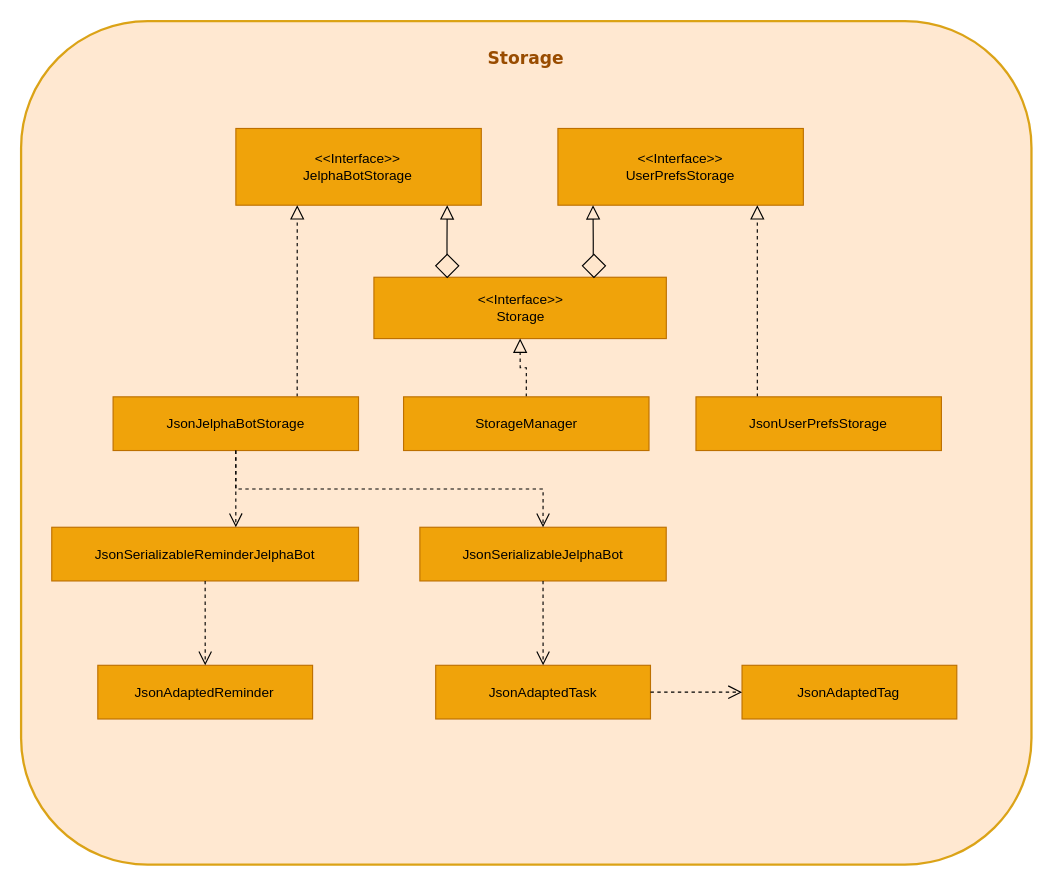
This is docs/diagrams/Storage.drawio from yapdianhao/main, a draw.io file, before an edit. Source tidied: cells renumbered, new cells numbered last; positions are measured from the earlier drawing's top-left corner, leaving out a move shared by most shapes. Both pictures are drawn from the tidied source at 114%, with x=0, y=0 at pixel (21, 21).
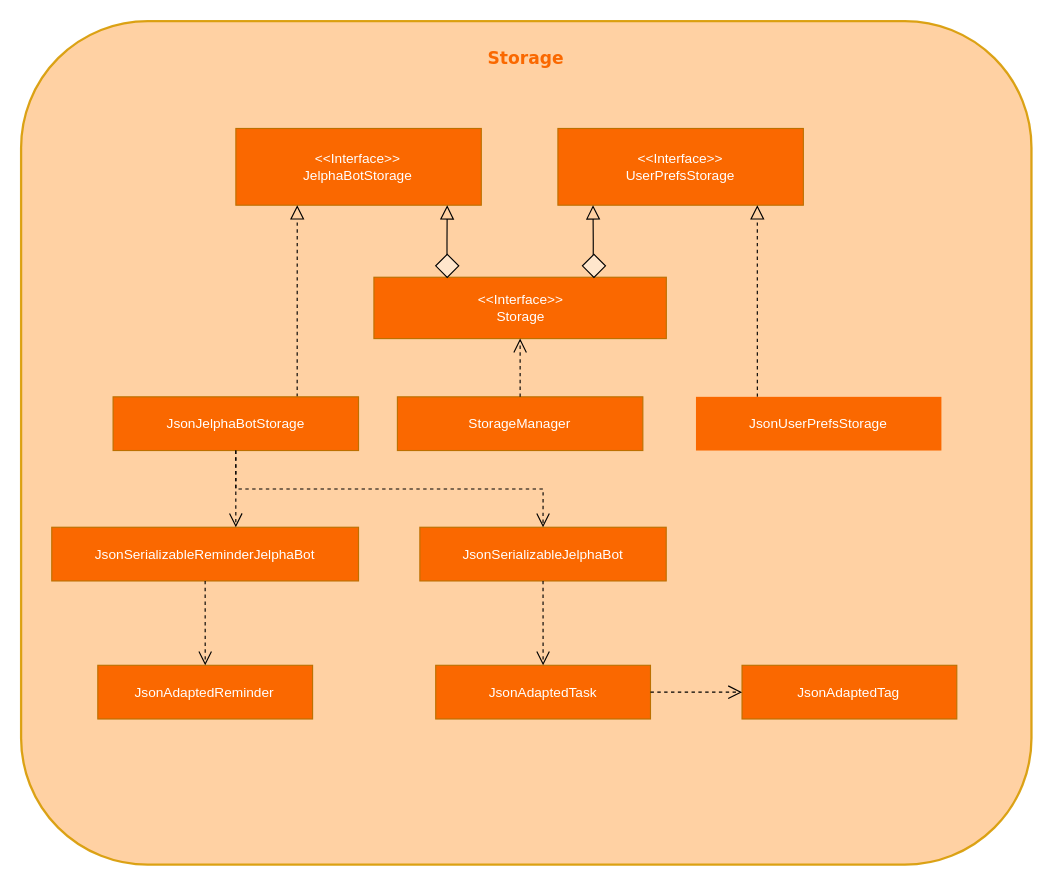
The same diagram, later.

What changed in the source:
```diff
@@
-    <mxCell id="2" style="group;" parent="1" vertex="1">
+    <mxCell id="2" style="group;fontColor=#FFFFFF;" parent="1" vertex="1">
       <mxGeometry width="886.3" height="740" as="geometry" />
     </mxCell>
-    <mxCell id="3" style="rounded=1;whiteSpace=wrap;html=1;strokeColor=#d79b00;strokeWidth=2;fillColor=#ffe6cc;opacity=90;" parent="2" vertex="1">
+    <mxCell id="3" style="rounded=1;whiteSpace=wrap;html=1;strokeColor=#d79b00;strokeWidth=2;fillColor=#FFcc99;opacity=90;fontColor=#FFFFFF;" parent="2" vertex="1">
       <mxGeometry width="886.3" height="740" as="geometry" />
     </mxCell>
-    <mxCell id="4" value="&lt;font style=&quot;font-size: 15px&quot; face=&quot;Verdana&quot; color=&quot;#994c00&quot;&gt;&lt;b&gt;Storage&lt;/b&gt;&lt;/font&gt;" style="text;html=1;strokeColor=none;fillColor=none;align=center;verticalAlign=middle;whiteSpace=wrap;rounded=0;opacity=90;" parent="2" vertex="1">
+    <mxCell id="4" value="&lt;font style=&quot;font-size: 15px&quot; face=&quot;Verdana&quot;&gt;&lt;b&gt;Storage&lt;/b&gt;&lt;/font&gt;" style="text;html=1;strokeColor=none;fillColor=none;align=center;verticalAlign=middle;whiteSpace=wrap;rounded=0;opacity=90;fontColor=#Fa6800;" parent="2" vertex="1">
       <mxGeometry x="425.9" y="22.9" width="34.4" height="17.2" as="geometry" />
     </mxCell>
-    <mxCell id="5" value="&amp;lt;&amp;lt;Interface&amp;gt;&amp;gt;&lt;br&gt;UserPrefsStorage" style="rounded=0;whiteSpace=wrap;html=1;strokeWidth=1;fillColor=#F0A30A;strokeColor=#BD7000;" parent="2" vertex="1">
+    <mxCell id="5" value="&amp;lt;&amp;lt;Interface&amp;gt;&amp;gt;&lt;br&gt;UserPrefsStorage" style="rounded=0;whiteSpace=wrap;html=1;strokeWidth=1;fillColor=#Fa6800;strokeColor=#BD7000;fontColor=#FFFFFF;" parent="2" vertex="1">
       <mxGeometry x="470.9" y="94.2" width="215.3" height="67.3" as="geometry" />
     </mxCell>
-    <mxCell id="6" value="&amp;lt;&amp;lt;Interface&amp;gt;&amp;gt;&lt;br&gt;JelphaBotStorage" style="rounded=0;whiteSpace=wrap;html=1;strokeWidth=1;fillColor=#F0A30A;strokeColor=#BD7000;" parent="2" vertex="1">
+    <mxCell id="6" value="&amp;lt;&amp;lt;Interface&amp;gt;&amp;gt;&lt;br&gt;JelphaBotStorage" style="rounded=0;whiteSpace=wrap;html=1;strokeWidth=1;fillColor=#Fa6800;strokeColor=#BD7000;fontColor=#FFFFFF;" parent="2" vertex="1">
       <mxGeometry x="188.4" y="94.2" width="215.3" height="67.3" as="geometry" />
     </mxCell>
-    <mxCell id="7" style="edgeStyle=orthogonalEdgeStyle;rounded=0;jettySize=auto;html=1;exitX=0.25;exitY=0;exitDx=0;exitDy=0;entryX=0.861;entryY=1.001;entryDx=0;entryDy=0;entryPerimeter=0;endArrow=block;endFill=0;endSize=10;" parent="2" edge="1" source="9" target="6">
+    <mxCell id="7" style="edgeStyle=orthogonalEdgeStyle;rounded=0;jettySize=auto;html=1;exitX=0.25;exitY=0;exitDx=0;exitDy=0;entryX=0.861;entryY=1.001;entryDx=0;entryDy=0;entryPerimeter=0;endArrow=block;endFill=0;endSize=10;fontColor=#FFFFFF;" parent="2" edge="1" source="9" target="6">
       <mxGeometry relative="1" as="geometry" />
     </mxCell>
-    <mxCell id="8" style="edgeStyle=orthogonalEdgeStyle;rounded=0;jettySize=auto;html=1;exitX=0.75;exitY=0;exitDx=0;exitDy=0;entryX=0.143;entryY=1;entryDx=0;entryDy=0;entryPerimeter=0;endArrow=block;endFill=0;endSize=10;" parent="2" edge="1" source="9" target="5">
+    <mxCell id="8" style="edgeStyle=orthogonalEdgeStyle;rounded=0;jettySize=auto;html=1;exitX=0.75;exitY=0;exitDx=0;exitDy=0;entryX=0.143;entryY=1;entryDx=0;entryDy=0;entryPerimeter=0;endArrow=block;endFill=0;endSize=10;fontColor=#FFFFFF;" parent="2" edge="1" source="9" target="5">
       <mxGeometry relative="1" as="geometry" />
     </mxCell>
-    <mxCell id="9" value="&amp;lt;&amp;lt;Interface&amp;gt;&amp;gt;&lt;br&gt;Storage" style="rounded=0;whiteSpace=wrap;html=1;strokeWidth=1;fillColor=#F0A30A;strokeColor=#BD7000;" parent="2" vertex="1">
+    <mxCell id="9" value="&amp;lt;&amp;lt;Interface&amp;gt;&amp;gt;&lt;br&gt;Storage" style="rounded=0;whiteSpace=wrap;html=1;strokeWidth=1;fillColor=#Fa6800;strokeColor=#BD7000;fontColor=#FFFFFF;" parent="2" vertex="1">
       <mxGeometry x="309.5" y="224.7" width="256.5" height="53.8" as="geometry" />
     </mxCell>
-    <mxCell id="10" style="edgeStyle=orthogonalEdgeStyle;rounded=0;jettySize=auto;html=1;exitX=0.75;exitY=0;exitDx=0;exitDy=0;entryX=0.25;entryY=1;entryDx=0;entryDy=0;endArrow=block;endFill=0;endSize=10;dashed=1;" parent="2" edge="1" source="11" target="6">
+    <mxCell id="10" style="edgeStyle=orthogonalEdgeStyle;rounded=0;jettySize=auto;html=1;exitX=0.75;exitY=0;exitDx=0;exitDy=0;entryX=0.25;entryY=1;entryDx=0;entryDy=0;endArrow=block;endFill=0;endSize=10;dashed=1;fontColor=#FFFFFF;" parent="2" edge="1" source="11" target="6">
       <mxGeometry relative="1" as="geometry" />
     </mxCell>
-    <mxCell id="11" value="JsonJelphaBotStorage" style="rounded=0;whiteSpace=wrap;html=1;strokeWidth=1;fillColor=#F0A30A;strokeColor=#BD7000;" parent="2" vertex="1">
+    <mxCell id="11" value="JsonJelphaBotStorage" style="rounded=0;whiteSpace=wrap;html=1;strokeWidth=1;fillColor=#Fa6800;strokeColor=#BD7000;fontColor=#FFFFFF;" parent="2" vertex="1">
       <mxGeometry x="80.7" y="329.6" width="215.3" height="47.1" as="geometry" />
     </mxCell>
-    <mxCell id="12" style="edgeStyle=orthogonalEdgeStyle;rounded=0;jettySize=auto;html=1;exitX=0.5;exitY=0;exitDx=0;exitDy=0;entryX=0.5;entryY=1;entryDx=0;entryDy=0;dashed=1;endArrow=block;endFill=0;endSize=10;" parent="2" edge="1" source="13" target="9">
-      <mxGeometry relative="1" as="geometry" />
-    </mxCell>
-    <mxCell id="13" value="StorageManager" style="rounded=0;whiteSpace=wrap;html=1;strokeWidth=1;fillColor=#F0A30A;strokeColor=#BD7000;" parent="2" vertex="1">
-      <mxGeometry x="335.5" y="329.6" width="215.3" height="47.1" as="geometry" />
+    <mxCell id="13" value="StorageManager" style="rounded=0;whiteSpace=wrap;html=1;strokeWidth=1;fillColor=#Fa6800;strokeColor=#BD7000;fontColor=#FFFFFF;" parent="2" vertex="1">
+      <mxGeometry x="330.1" y="329.6" width="215.3" height="47.1" as="geometry" />
     </mxCell>
-    <mxCell id="14" style="edgeStyle=orthogonalEdgeStyle;rounded=0;jettySize=auto;html=1;exitX=0.25;exitY=0;exitDx=0;exitDy=0;endArrow=block;endFill=0;endSize=10;dashed=1;" parent="2" edge="1" source="15">
+    <mxCell id="14" style="edgeStyle=orthogonalEdgeStyle;rounded=0;jettySize=auto;html=1;exitX=0.25;exitY=0;exitDx=0;exitDy=0;endArrow=block;endFill=0;endSize=10;dashed=1;fontColor=#FFFFFF;" parent="2" edge="1" source="15">
       <mxGeometry relative="1" as="geometry">
         <mxPoint x="645.8" y="161.5" as="targetPoint" />
       </mxGeometry>
     </mxCell>
-    <mxCell id="15" value="JsonUserPrefsStorage" style="rounded=0;whiteSpace=wrap;html=1;strokeWidth=1;fillColor=#F0A30A;strokeColor=#BD7000;" parent="2" vertex="1">
+    <mxCell id="15" value="JsonUserPrefsStorage" style="rounded=0;whiteSpace=wrap;html=1;strokeWidth=1;fillColor=#Fa6800;strokeColor=none;fontColor=#FFFFFF;" parent="2" vertex="1">
       <mxGeometry x="592" y="329.6" width="215.3" height="47.1" as="geometry" />
     </mxCell>
-    <mxCell id="16" value="JsonSerializableReminderJelphaBot" style="rounded=0;whiteSpace=wrap;html=1;strokeWidth=1;fillColor=#F0A30A;strokeColor=#BD7000;" parent="2" vertex="1">
+    <mxCell id="16" value="JsonSerializableReminderJelphaBot" style="rounded=0;whiteSpace=wrap;html=1;strokeWidth=1;fillColor=#Fa6800;strokeColor=#BD7000;fontColor=#FFFFFF;" parent="2" vertex="1">
       <mxGeometry x="26.9" y="444" width="269.1" height="47.1" as="geometry" />
     </mxCell>
-    <mxCell id="17" style="edgeStyle=orthogonalEdgeStyle;rounded=0;jettySize=auto;html=1;exitX=0.5;exitY=1;exitDx=0;exitDy=0;endArrow=open;endFill=0;dashed=1;entryX=0.6;entryY=-0.001;entryDx=0;entryDy=0;entryPerimeter=0;endSize=10;" parent="2" edge="1" source="11" target="16">
+    <mxCell id="17" style="edgeStyle=orthogonalEdgeStyle;rounded=0;jettySize=auto;html=1;exitX=0.5;exitY=1;exitDx=0;exitDy=0;endArrow=open;endFill=0;dashed=1;entryX=0.6;entryY=-0.001;entryDx=0;entryDy=0;entryPerimeter=0;endSize=10;fontColor=#FFFFFF;" parent="2" edge="1" source="11" target="16">
       <mxGeometry relative="1" as="geometry" />
     </mxCell>
-    <mxCell id="18" value="JsonAdaptedReminder" style="rounded=0;whiteSpace=wrap;html=1;strokeWidth=1;fillColor=#F0A30A;strokeColor=#BD7000;" parent="2" vertex="1">
+    <mxCell id="18" value="JsonAdaptedReminder" style="rounded=0;whiteSpace=wrap;html=1;strokeWidth=1;fillColor=#Fa6800;strokeColor=#BD7000;fontColor=#FFFFFF;" parent="2" vertex="1">
       <mxGeometry x="67.3" y="565.1" width="188.4" height="47.1" as="geometry" />
     </mxCell>
-    <mxCell id="19" style="edgeStyle=orthogonalEdgeStyle;rounded=0;jettySize=auto;html=1;exitX=0.5;exitY=1;exitDx=0;exitDy=0;entryX=0.5;entryY=0;entryDx=0;entryDy=0;dashed=1;endArrow=open;endFill=0;endSize=10;" parent="2" edge="1" source="16" target="18">
+    <mxCell id="19" style="edgeStyle=orthogonalEdgeStyle;rounded=0;jettySize=auto;html=1;exitX=0.5;exitY=1;exitDx=0;exitDy=0;entryX=0.5;entryY=0;entryDx=0;entryDy=0;dashed=1;endArrow=open;endFill=0;endSize=10;fontColor=#FFFFFF;" parent="2" edge="1" source="16" target="18">
       <mxGeometry relative="1" as="geometry" />
     </mxCell>
-    <mxCell id="20" value="JsonSerializableJelphaBot" style="rounded=0;whiteSpace=wrap;html=1;strokeWidth=1;fillColor=#F0A30A;strokeColor=#BD7000;" parent="2" vertex="1">
+    <mxCell id="20" value="JsonSerializableJelphaBot" style="rounded=0;whiteSpace=wrap;html=1;strokeWidth=1;fillColor=#Fa6800;strokeColor=#BD7000;fontColor=#FFFFFF;" parent="2" vertex="1">
       <mxGeometry x="349.8" y="444" width="216.1" height="47.1" as="geometry" />
     </mxCell>
-    <mxCell id="21" style="edgeStyle=orthogonalEdgeStyle;rounded=0;jettySize=auto;html=1;exitX=0.5;exitY=1;exitDx=0;exitDy=0;entryX=0.5;entryY=0;entryDx=0;entryDy=0;endArrow=open;endFill=0;dashed=1;endSize=10;" parent="2" edge="1" source="11" target="20">
+    <mxCell id="21" style="edgeStyle=orthogonalEdgeStyle;rounded=0;jettySize=auto;html=1;exitX=0.5;exitY=1;exitDx=0;exitDy=0;entryX=0.5;entryY=0;entryDx=0;entryDy=0;endArrow=open;endFill=0;dashed=1;endSize=10;fontColor=#FFFFFF;" parent="2" edge="1" source="11" target="20">
       <mxGeometry relative="1" as="geometry">
         <Array as="points">
           <mxPoint x="188.4" y="410.4" />
           <mxPoint x="457.5" y="410.4" />
         </Array>
       </mxGeometry>
     </mxCell>
-    <mxCell id="22" value="JsonAdaptedTask" style="rounded=0;whiteSpace=wrap;html=1;strokeWidth=1;fillColor=#F0A30A;strokeColor=#BD7000;" parent="2" vertex="1">
+    <mxCell id="22" value="JsonAdaptedTask" style="rounded=0;whiteSpace=wrap;html=1;strokeWidth=1;fillColor=#Fa6800;strokeColor=#BD7000;fontColor=#FFFFFF;" parent="2" vertex="1">
       <mxGeometry x="363.7" y="565.1" width="188.4" height="47.1" as="geometry" />
     </mxCell>
-    <mxCell id="23" style="edgeStyle=orthogonalEdgeStyle;rounded=0;jettySize=auto;html=1;exitX=0.5;exitY=1;exitDx=0;exitDy=0;entryX=0.5;entryY=0;entryDx=0;entryDy=0;dashed=1;endArrow=open;endFill=0;endSize=10;" parent="2" edge="1" source="20" target="22">
+    <mxCell id="23" style="edgeStyle=orthogonalEdgeStyle;rounded=0;jettySize=auto;html=1;exitX=0.5;exitY=1;exitDx=0;exitDy=0;entryX=0.5;entryY=0;entryDx=0;entryDy=0;dashed=1;endArrow=open;endFill=0;endSize=10;fontColor=#FFFFFF;" parent="2" edge="1" source="20" target="22">
       <mxGeometry relative="1" as="geometry" />
     </mxCell>
-    <mxCell id="24" value="JsonAdaptedTag" style="rounded=0;whiteSpace=wrap;html=1;strokeWidth=1;fillColor=#F0A30A;strokeColor=#BD7000;" parent="2" vertex="1">
+    <mxCell id="24" value="JsonAdaptedTag" style="rounded=0;whiteSpace=wrap;html=1;strokeWidth=1;fillColor=#Fa6800;strokeColor=#BD7000;fontColor=#FFFFFF;" parent="2" vertex="1">
       <mxGeometry x="632.4" y="565.1" width="188.4" height="47.1" as="geometry" />
     </mxCell>
-    <mxCell id="25" style="edgeStyle=orthogonalEdgeStyle;rounded=0;jettySize=auto;html=1;exitX=1;exitY=0.5;exitDx=0;exitDy=0;entryX=0;entryY=0.5;entryDx=0;entryDy=0;dashed=1;endArrow=open;endFill=0;endSize=10;" parent="2" edge="1" source="22" target="24">
+    <mxCell id="25" style="edgeStyle=orthogonalEdgeStyle;rounded=0;jettySize=auto;html=1;exitX=1;exitY=0.5;exitDx=0;exitDy=0;entryX=0;entryY=0.5;entryDx=0;entryDy=0;dashed=1;endArrow=open;endFill=0;endSize=10;fontColor=#FFFFFF;" parent="2" edge="1" source="22" target="24">
       <mxGeometry relative="1" as="geometry" />
     </mxCell>
-    <mxCell id="26" style="edgeStyle=orthogonalEdgeStyle;rounded=0;orthogonalLoop=1;jettySize=auto;html=1;exitX=0.5;exitY=1;exitDx=0;exitDy=0;" parent="2" edge="1" source="24" target="24">
-      <mxGeometry relative="1" as="geometry" />
-    </mxCell>
-    <mxCell id="27" style="rhombus;whiteSpace=wrap;html=1;strokeColor=#000000;strokeWidth=1;fillColor=#FFE6CC;rotation=90;" parent="2" vertex="1">
+    <mxCell id="27" style="rhombus;whiteSpace=wrap;html=1;strokeColor=#000000;strokeWidth=1;fillColor=#FFE6CC;rotation=90;fontColor=#FFFFFF;" parent="2" vertex="1">
       <mxGeometry x="492.4" y="204.6" width="20.2" height="20.2" as="geometry" />
     </mxCell>
-    <mxCell id="28" style="rhombus;whiteSpace=wrap;html=1;strokeColor=#000000;strokeWidth=1;fillColor=#FFE6CC;rotation=90;" parent="2" vertex="1">
+    <mxCell id="28" style="rhombus;whiteSpace=wrap;html=1;strokeColor=#000000;strokeWidth=1;fillColor=#FFE6CC;rotation=90;fontColor=#FFFFFF;" parent="2" vertex="1">
       <mxGeometry x="363.7" y="204.6" width="20.2" height="20.2" as="geometry" />
     </mxCell>
+    <mxCell id="12" style="edgeStyle=orthogonalEdgeStyle;rounded=0;jettySize=auto;html=1;exitX=0.5;exitY=0;exitDx=0;exitDy=0;entryX=0.5;entryY=1;entryDx=0;entryDy=0;dashed=1;endArrow=open;endFill=0;endSize=10;fontColor=#FFFFFF;" parent="2" edge="1" source="13" target="9">
+      <mxGeometry relative="1" as="geometry" />
+    </mxCell>
```
